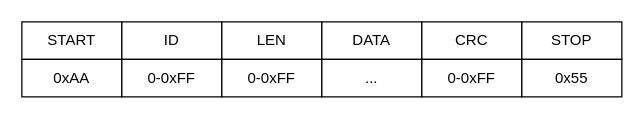
Before: doc/com.drawio in Matteo-Penaud/home_cockpit, a draw.io diagram. Source tidied: cells renumbered, new cells numbered last; positions are measured from the earlier drawing's top-left corner, leaving out a move shared by most shapes. Both pictures are drawn from the tidied source at 125%, with x=0, y=0 at pixel (21, 21).
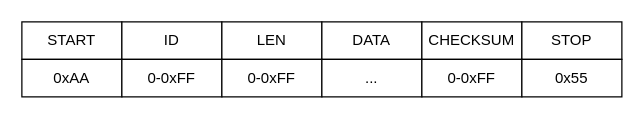
After the change.

What changed in the source:
```diff
@@
 <mxGraphModel>
   <root>
     <mxCell id="0" />
     <mxCell id="1" parent="0" />
     <mxCell id="2" value="START" style="rounded=0;whiteSpace=wrap;html=1;" parent="1" vertex="1">
       <mxGeometry width="80" height="30" as="geometry" />
     </mxCell>
     <mxCell id="3" value="ID" style="rounded=0;whiteSpace=wrap;html=1;" parent="1" vertex="1">
       <mxGeometry x="80" width="80" height="30" as="geometry" />
     </mxCell>
     <mxCell id="4" value="LEN" style="rounded=0;whiteSpace=wrap;html=1;" parent="1" vertex="1">
       <mxGeometry x="160" width="80" height="30" as="geometry" />
     </mxCell>
     <mxCell id="5" value="DATA" style="rounded=0;whiteSpace=wrap;html=1;" parent="1" vertex="1">
       <mxGeometry x="240" width="80" height="30" as="geometry" />
     </mxCell>
-    <mxCell id="6" value="CRC" style="rounded=0;whiteSpace=wrap;html=1;" parent="1" vertex="1">
+    <mxCell id="6" value="CHECKSUM" style="rounded=0;whiteSpace=wrap;html=1;" parent="1" vertex="1">
       <mxGeometry x="320" width="80" height="30" as="geometry" />
     </mxCell>
     <mxCell id="7" value="STOP" style="rounded=0;whiteSpace=wrap;html=1;" parent="1" vertex="1">
       <mxGeometry x="400" width="80" height="30" as="geometry" />
     </mxCell>
     <mxCell id="8" value="0xAA" style="rounded=0;whiteSpace=wrap;html=1;" parent="1" vertex="1">
       <mxGeometry y="30" width="80" height="30" as="geometry" />
     </mxCell>
     <mxCell id="9" value="0-0xFF" style="rounded=0;whiteSpace=wrap;html=1;" parent="1" vertex="1">
       <mxGeometry x="80" y="30" width="80" height="30" as="geometry" />
     </mxCell>
     <mxCell id="10" value="0-0xFF" style="rounded=0;whiteSpace=wrap;html=1;" parent="1" vertex="1">
       <mxGeometry x="160" y="30" width="80" height="30" as="geometry" />
     </mxCell>
     <mxCell id="11" value="..." style="rounded=0;whiteSpace=wrap;html=1;" parent="1" vertex="1">
       <mxGeometry x="240" y="30" width="80" height="30" as="geometry" />
     </mxCell>
     <mxCell id="12" value="0-0xFF" style="rounded=0;whiteSpace=wrap;html=1;" parent="1" vertex="1">
       <mxGeometry x="320" y="30" width="80" height="30" as="geometry" />
     </mxCell>
     <mxCell id="13" value="0x55" style="rounded=0;whiteSpace=wrap;html=1;" parent="1" vertex="1">
       <mxGeometry x="400" y="30" width="80" height="30" as="geometry" />
     </mxCell>
   </root>
 </mxGraphModel>
```
